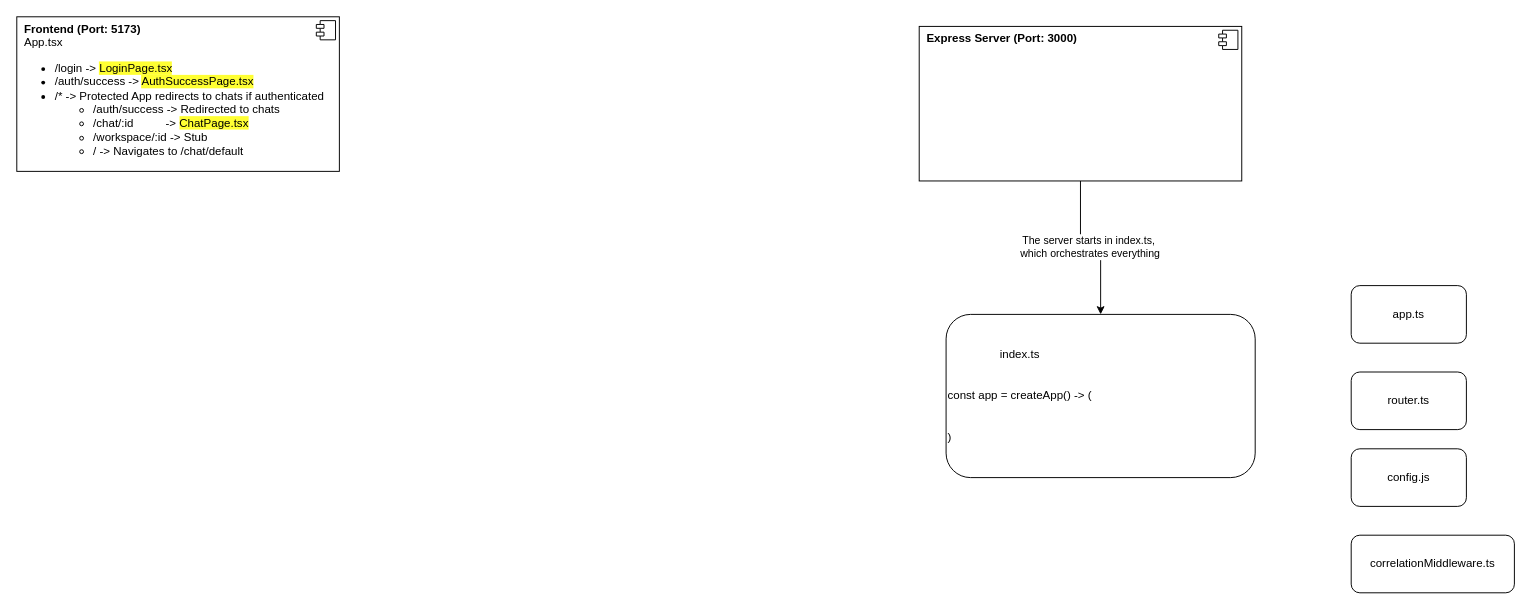
Above: page "App Architecture" (1 of 2) of AIVIAN Showcase UI Architecture.drawio in mauriceschmetzer/Temp_Visual_Location (draw.io), before the change. Source tidied: cells renumbered, new cells numbered last; positions are measured from the earlier drawing's top-left corner, leaving out a move shared by most shapes. Both pictures are drawn from the tidied source at 96%, with x=0, y=0 at pixel (16, 16).
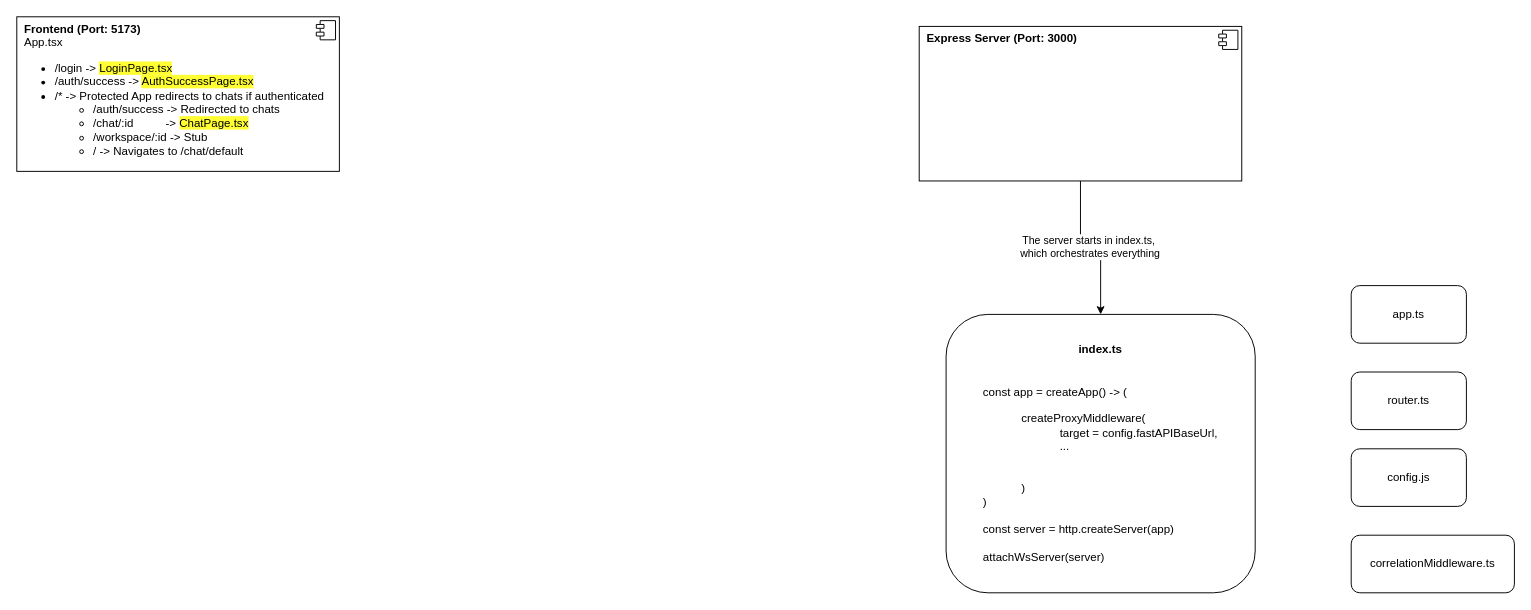
The same diagram, later.

The edit, as a diff of the source:
```diff
@@
 <mxGraphModel>
   <root>
     <mxCell id="0" />
     <mxCell id="1" parent="0" />
     <mxCell id="2" value="&lt;p style=&quot;margin:0px;margin-top:6px;text-align:center;&quot;&gt;&lt;/p&gt;&lt;p style=&quot;margin:0px;margin-left:8px;&quot;&gt;&lt;b&gt;Frontend (Port: 5173)&lt;/b&gt;&lt;/p&gt;&lt;p style=&quot;margin:0px;margin-left:8px;&quot;&gt;App.tsx&lt;/p&gt;&lt;p style=&quot;margin:0px;margin-left:8px;&quot;&gt;&lt;/p&gt;&lt;ul&gt;&lt;li&gt;/login -&amp;gt; &lt;span style=&quot;background-color: rgb(255, 255, 51);&quot;&gt;LoginPage.tsx&lt;/span&gt;&lt;/li&gt;&lt;li&gt;/auth/success -&amp;gt; &lt;span style=&quot;background-color: rgb(255, 255, 51);&quot;&gt;AuthSuccessPage.tsx&lt;/span&gt;&lt;/li&gt;&lt;li&gt;/* -&amp;gt; Protected App redirects to chats if authenticated&lt;/li&gt;&lt;ul&gt;&lt;li&gt;/auth/success -&amp;gt; Redirected to chats&lt;/li&gt;&lt;li&gt;/chat/:id&amp;nbsp; &amp;nbsp; &amp;nbsp; &amp;nbsp; &amp;nbsp; -&amp;gt; &lt;span style=&quot;background-color: rgb(255, 255, 51);&quot;&gt;ChatPage.tsx&lt;/span&gt;&lt;/li&gt;&lt;li&gt;/workspace/:id -&amp;gt; Stub&lt;/li&gt;&lt;li&gt;/ -&amp;gt; Navigates to /chat/default&lt;/li&gt;&lt;/ul&gt;&lt;/ul&gt;&lt;p&gt;&lt;/p&gt;" style="align=left;overflow=fill;html=1;whiteSpace=wrap;" parent="1" vertex="1">
       <mxGeometry width="336" height="161" as="geometry" />
     </mxCell>
     <mxCell id="3" style="shape=component;jettyWidth=8;jettyHeight=4;" parent="2" vertex="1">
       <mxGeometry x="1" width="20" height="20" relative="1" as="geometry">
         <mxPoint x="-24" y="4" as="offset" />
       </mxGeometry>
     </mxCell>
     <mxCell id="4" style="edgeStyle=orthogonalEdgeStyle;rounded=0;jettySize=auto;html=1;" parent="1" edge="1" source="6" target="8">
       <mxGeometry relative="1" as="geometry" />
     </mxCell>
     <mxCell id="5" value="The server starts in index.ts,&amp;nbsp;&lt;div&gt;which orchestrates everything&lt;/div&gt;" style="edgeLabel;html=1;align=center;verticalAlign=middle;" parent="4" vertex="1">
       <mxGeometry x="-0.01" y="1" relative="1" as="geometry" />
     </mxCell>
     <mxCell id="6" value="&lt;p style=&quot;margin:0px;margin-top:6px;text-align:center;&quot;&gt;&lt;/p&gt;&lt;p style=&quot;margin:0px;margin-left:8px;&quot;&gt;&lt;b&gt;Express Server (Port: 3000)&lt;/b&gt;&lt;/p&gt;&lt;p style=&quot;margin:0px;margin-left:8px;&quot;&gt;&lt;br&gt;&lt;/p&gt;&lt;p&gt;&lt;/p&gt;" style="align=left;overflow=fill;html=1;whiteSpace=wrap;" parent="1" vertex="1">
       <mxGeometry x="940" y="10" width="336" height="161" as="geometry" />
     </mxCell>
     <mxCell id="7" style="shape=component;jettyWidth=8;jettyHeight=4;" parent="6" vertex="1">
       <mxGeometry x="1" width="20" height="20" relative="1" as="geometry">
         <mxPoint x="-24" y="4" as="offset" />
       </mxGeometry>
     </mxCell>
-    <mxCell id="8" value="&lt;div style=&quot;text-align: center;&quot;&gt;&lt;span style=&quot;background-color: transparent; color: light-dark(rgb(0, 0, 0), rgb(255, 255, 255));&quot;&gt;index.ts&lt;/span&gt;&lt;/div&gt;&lt;div style=&quot;text-align: center;&quot;&gt;&lt;span style=&quot;background-color: transparent; color: light-dark(rgb(0, 0, 0), rgb(255, 255, 255));&quot;&gt;&lt;br&gt;&lt;/span&gt;&lt;/div&gt;&lt;div&gt;&lt;span style=&quot;background-color: transparent; color: light-dark(rgb(0, 0, 0), rgb(255, 255, 255));&quot;&gt;&lt;br&gt;&lt;/span&gt;&lt;/div&gt;&lt;div style=&quot;&quot;&gt;&lt;span style=&quot;background-color: transparent; color: light-dark(rgb(0, 0, 0), rgb(255, 255, 255));&quot;&gt;const app = createApp() -&amp;gt; (&lt;/span&gt;&lt;/div&gt;&lt;div style=&quot;&quot;&gt;&lt;span style=&quot;background-color: transparent; color: light-dark(rgb(0, 0, 0), rgb(255, 255, 255));&quot;&gt;&lt;br&gt;&lt;/span&gt;&lt;/div&gt;&lt;div style=&quot;&quot;&gt;&lt;span style=&quot;background-color: transparent; color: light-dark(rgb(0, 0, 0), rgb(255, 255, 255));&quot;&gt;&lt;br&gt;&lt;/span&gt;&lt;/div&gt;&lt;div style=&quot;&quot;&gt;)&lt;/div&gt;" style="rounded=1;whiteSpace=wrap;html=1;align=left;" parent="1" vertex="1">
-      <mxGeometry x="968" y="310" width="322" height="170" as="geometry" />
+    <mxCell id="8" value="&lt;div style=&quot;&quot;&gt;&lt;span style=&quot;background-color: transparent; color: light-dark(rgb(0, 0, 0), rgb(255, 255, 255));&quot;&gt;&lt;b&gt;index.ts&lt;/b&gt;&lt;/span&gt;&lt;/div&gt;&lt;div style=&quot;&quot;&gt;&lt;span style=&quot;background-color: transparent; color: light-dark(rgb(0, 0, 0), rgb(255, 255, 255));&quot;&gt;&lt;br&gt;&lt;/span&gt;&lt;/div&gt;&lt;div style=&quot;&quot;&gt;&lt;span style=&quot;background-color: transparent; color: light-dark(rgb(0, 0, 0), rgb(255, 255, 255));&quot;&gt;&lt;br&gt;&lt;/span&gt;&lt;/div&gt;&lt;div style=&quot;&quot;&gt;&lt;div style=&quot;text-align: left;&quot;&gt;&lt;span style=&quot;background-color: transparent; color: light-dark(rgb(0, 0, 0), rgb(255, 255, 255));&quot;&gt;const app = createApp() -&amp;gt; (&lt;/span&gt;&lt;/div&gt;&lt;div style=&quot;text-align: left;&quot;&gt;&lt;span style=&quot;background-color: transparent; color: light-dark(rgb(0, 0, 0), rgb(255, 255, 255));&quot;&gt;&lt;br&gt;&lt;/span&gt;&lt;/div&gt;&lt;/div&gt;&lt;blockquote style=&quot;margin: 0 0 0 40px; border: none; padding: 0px;&quot;&gt;&lt;div style=&quot;&quot;&gt;&lt;div style=&quot;text-align: left;&quot;&gt;&lt;span style=&quot;background-color: transparent; color: light-dark(rgb(0, 0, 0), rgb(255, 255, 255));&quot;&gt;createProxyMiddleware(&lt;/span&gt;&lt;/div&gt;&lt;/div&gt;&lt;/blockquote&gt;&lt;blockquote style=&quot;margin: 0 0 0 40px; border: none; padding: 0px;&quot;&gt;&lt;blockquote style=&quot;margin: 0 0 0 40px; border: none; padding: 0px;&quot;&gt;&lt;div style=&quot;&quot;&gt;&lt;div style=&quot;text-align: left;&quot;&gt;&lt;span style=&quot;background-color: transparent; color: light-dark(rgb(0, 0, 0), rgb(255, 255, 255));&quot;&gt;target = config.fastAPIBaseUrl,&lt;/span&gt;&lt;/div&gt;&lt;div style=&quot;text-align: left;&quot;&gt;&lt;span style=&quot;background-color: transparent; color: light-dark(rgb(0, 0, 0), rgb(255, 255, 255));&quot;&gt;...&lt;/span&gt;&lt;/div&gt;&lt;div style=&quot;text-align: left;&quot;&gt;&lt;span style=&quot;background-color: transparent; color: light-dark(rgb(0, 0, 0), rgb(255, 255, 255));&quot;&gt;&lt;br&gt;&lt;/span&gt;&lt;/div&gt;&lt;div style=&quot;text-align: left;&quot;&gt;&lt;span style=&quot;background-color: transparent; color: light-dark(rgb(0, 0, 0), rgb(255, 255, 255));&quot;&gt;&lt;br&gt;&lt;/span&gt;&lt;/div&gt;&lt;/div&gt;&lt;/blockquote&gt;&lt;/blockquote&gt;&lt;blockquote style=&quot;margin: 0 0 0 40px; border: none; padding: 0px;&quot;&gt;&lt;div style=&quot;&quot;&gt;&lt;div style=&quot;text-align: left;&quot;&gt;&lt;span style=&quot;background-color: transparent; color: light-dark(rgb(0, 0, 0), rgb(255, 255, 255));&quot;&gt;)&lt;/span&gt;&lt;/div&gt;&lt;/div&gt;&lt;/blockquote&gt;&lt;div style=&quot;&quot;&gt;&lt;div style=&quot;text-align: left;&quot;&gt;)&lt;/div&gt;&lt;div style=&quot;text-align: left;&quot;&gt;&lt;br&gt;&lt;/div&gt;&lt;div style=&quot;text-align: left;&quot;&gt;const server = http.createServer(app)&lt;/div&gt;&lt;div style=&quot;text-align: left;&quot;&gt;&lt;br&gt;&lt;/div&gt;&lt;div style=&quot;text-align: left;&quot;&gt;attachWsServer(server)&lt;/div&gt;&lt;/div&gt;" style="rounded=1;whiteSpace=wrap;html=1;align=center;" parent="1" vertex="1">
+      <mxGeometry x="968" y="310" width="322" height="290" as="geometry" />
     </mxCell>
     <mxCell id="9" value="router.ts" style="whiteSpace=wrap;html=1;rounded=1;align=center;" parent="1" vertex="1">
       <mxGeometry x="1390" y="370" width="120" height="60" as="geometry" />
     </mxCell>
     <mxCell id="10" value="app.ts" style="rounded=1;whiteSpace=wrap;html=1;align=center;" parent="1" vertex="1">
       <mxGeometry x="1390" y="280" width="120" height="60" as="geometry" />
     </mxCell>
     <mxCell id="11" value="config.js" style="whiteSpace=wrap;html=1;rounded=1;" parent="1" vertex="1">
       <mxGeometry x="1390" y="450" width="120" height="60" as="geometry" />
     </mxCell>
     <mxCell id="12" value="correlationMiddleware.ts" style="whiteSpace=wrap;html=1;rounded=1;" parent="1" vertex="1">
       <mxGeometry x="1390" y="540" width="170" height="60" as="geometry" />
     </mxCell>
   </root>
 </mxGraphModel>
```
